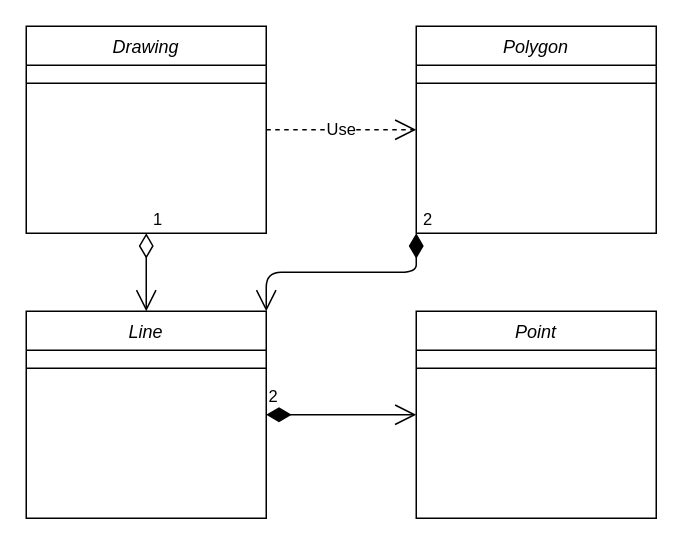
Above: Lab 2/Exercise 1/Exercise 1.drawio in nachacin/ENSF-409-Projects (draw.io), before the change. Source tidied: cells renumbered, new cells numbered last; positions are measured from the earlier drawing's top-left corner, leaving out a move shared by most shapes. Both pictures are drawn from the tidied source at 150%, with x=0, y=0 at pixel (26, 26).
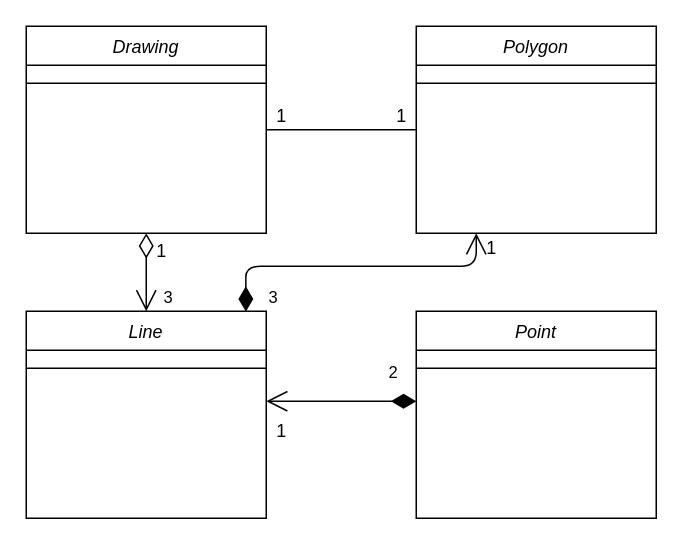
Above is the later version.

The change refers to these unchanged cells:
```xml
<mxCell id="2" value="Drawing" style="swimlane;fontStyle=2;align=center;verticalAlign=top;horizontal=1;startSize=26;rounded=0;shadow=0;strokeWidth=1;" parent="1" vertex="1">
  <mxGeometry width="160" height="138" as="geometry" />
</mxCell>
<mxCell id="4" value="Polygon" style="swimlane;fontStyle=2;align=center;verticalAlign=top;horizontal=1;startSize=26;rounded=0;shadow=0;strokeWidth=1;" parent="1" vertex="1">
  <mxGeometry x="260" width="160" height="138" as="geometry" />
</mxCell>
<mxCell id="6" value="Line" style="swimlane;fontStyle=2;align=center;verticalAlign=top;horizontal=1;startSize=26;rounded=0;shadow=0;strokeWidth=1;" parent="1" vertex="1">
  <mxGeometry y="190" width="160" height="138" as="geometry" />
</mxCell>
<mxCell id="8" value="Point&#10;" style="swimlane;fontStyle=2;align=center;verticalAlign=top;horizontal=1;startSize=26;rounded=0;shadow=0;strokeWidth=1;" parent="1" vertex="1">
  <mxGeometry x="260" y="190" width="160" height="138" as="geometry" />
</mxCell>
```

What changed in the source:
```diff
@@
+    <mxCell id="11" value="3" style="endArrow=open;html=1;endSize=12;startArrow=diamondThin;startSize=14;startFill=0;edgeStyle=orthogonalEdgeStyle;align=left;verticalAlign=bottom;exitX=0.5;exitY=1;exitDx=0;exitDy=0;entryX=0.5;entryY=0;entryDx=0;entryDy=0;" parent="1" edge="1" source="2" target="6">
+      <mxGeometry x="1" y="10" relative="1" as="geometry" />
+    </mxCell>
+    <mxCell id="13" value="3" style="endArrow=open;html=1;endSize=12;startArrow=diamondThin;startSize=14;startFill=1;edgeStyle=orthogonalEdgeStyle;align=left;verticalAlign=bottom;exitX=0.915;exitY=0.002;exitDx=0;exitDy=0;exitPerimeter=0;entryX=0.25;entryY=1;entryDx=0;entryDy=0;" parent="1" edge="1" source="6" target="4">
+      <mxGeometry x="-1" y="-14" relative="1" as="geometry">
+        <Array as="points">
+          <mxPoint x="146" y="160" />
+          <mxPoint x="300" y="160" />
+        </Array>
+      </mxGeometry>
+    </mxCell>
+    <mxCell id="12" value="2" style="endArrow=open;html=1;endSize=12;startArrow=diamondThin;startSize=14;startFill=1;edgeStyle=orthogonalEdgeStyle;align=left;verticalAlign=bottom;" parent="1" edge="1">
+      <mxGeometry x="-0.6" y="-10" relative="1" as="geometry">
+        <mxPoint x="260" y="250" as="sourcePoint" />
+        <mxPoint x="160" y="250" as="targetPoint" />
+      </mxGeometry>
+    </mxCell>
+    <mxCell id="14" value="1" style="text;html=1;align=center;verticalAlign=middle;strokeColor=none;" parent="1" vertex="1">
+      <mxGeometry x="160" y="260" width="20" height="20" as="geometry" />
+    </mxCell>
+    <mxCell id="15" value="1" style="text;html=1;align=center;verticalAlign=middle;strokeColor=none;" parent="1" vertex="1">
+      <mxGeometry x="300" y="138" width="20" height="20" as="geometry" />
+    </mxCell>
-    <mxCell id="10" value="Use" style="endArrow=open;endSize=12;dashed=1;html=1;exitX=1;exitY=0.5;exitDx=0;exitDy=0;entryX=0;entryY=0.5;entryDx=0;entryDy=0;" parent="1" edge="1" source="2" target="4">
+    <mxCell id="10" style="endArrow=none;html=1;edgeStyle=orthogonalEdgeStyle;exitX=1;exitY=0.5;exitDx=0;exitDy=0;entryX=0;entryY=0.5;entryDx=0;entryDy=0;" parent="1" edge="1" source="2" target="4">
       <mxGeometry relative="1" as="geometry" />
     </mxCell>
-    <mxCell id="11" value="1" style="endArrow=open;html=1;endSize=12;startArrow=diamondThin;startSize=14;startFill=0;edgeStyle=orthogonalEdgeStyle;align=left;verticalAlign=bottom;exitX=0.5;exitY=1;exitDx=0;exitDy=0;entryX=0.5;entryY=0;entryDx=0;entryDy=0;" parent="1" edge="1" source="2" target="6">
-      <mxGeometry x="-1" y="3" relative="1" as="geometry" />
-    </mxCell>
-    <mxCell id="12" value="2" style="endArrow=open;html=1;endSize=12;startArrow=diamondThin;startSize=14;startFill=1;edgeStyle=orthogonalEdgeStyle;align=left;verticalAlign=bottom;exitX=1;exitY=0.5;exitDx=0;exitDy=0;entryX=0;entryY=0.5;entryDx=0;entryDy=0;" parent="1" edge="1" source="6" target="8">
-      <mxGeometry x="-1" y="3" relative="1" as="geometry" />
-    </mxCell>
-    <mxCell id="13" value="2" style="endArrow=open;html=1;endSize=12;startArrow=diamondThin;startSize=14;startFill=1;edgeStyle=orthogonalEdgeStyle;align=left;verticalAlign=bottom;exitX=0;exitY=1;exitDx=0;exitDy=0;entryX=1;entryY=0;entryDx=0;entryDy=0;" parent="1" edge="1" source="4" target="6">
-      <mxGeometry x="-1" y="3" relative="1" as="geometry" />
-    </mxCell>
+    <mxCell id="16" value="1" style="text;html=1;align=center;verticalAlign=middle;strokeColor=none;" parent="1" vertex="1">
+      <mxGeometry x="80" y="140" width="20" height="20" as="geometry" />
+    </mxCell>
+    <mxCell id="17" value="1" style="text;html=1;align=center;verticalAlign=middle;strokeColor=none;" parent="1" vertex="1">
+      <mxGeometry x="240" y="50" width="20" height="20" as="geometry" />
+    </mxCell>
+    <mxCell id="18" value="1" style="text;html=1;align=center;verticalAlign=middle;strokeColor=none;" parent="1" vertex="1">
+      <mxGeometry x="160" y="50" width="20" height="20" as="geometry" />
+    </mxCell>
```
